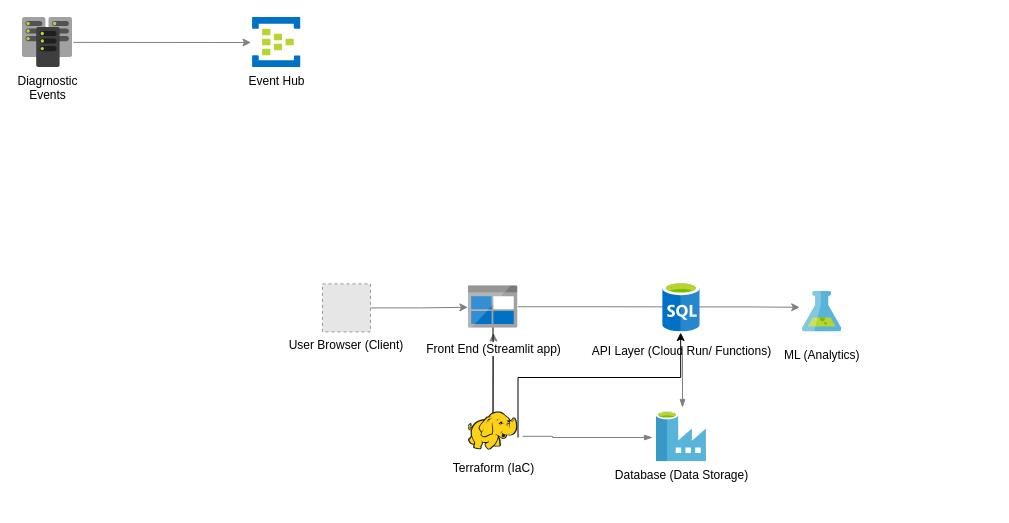
Earlier version of the draw.io diagram Diagram bez tytułu.drawio (michal1701/CloudComputing). Source tidied: cells renumbered, new cells numbered last; positions are measured from the earlier drawing's top-left corner, leaving out a move shared by most shapes. Both pictures are drawn from the tidied source at 100%, with x=0, y=0 at pixel (22, 17). Pictures stored in the file or linked from it are replaced by grey dashed boxes.
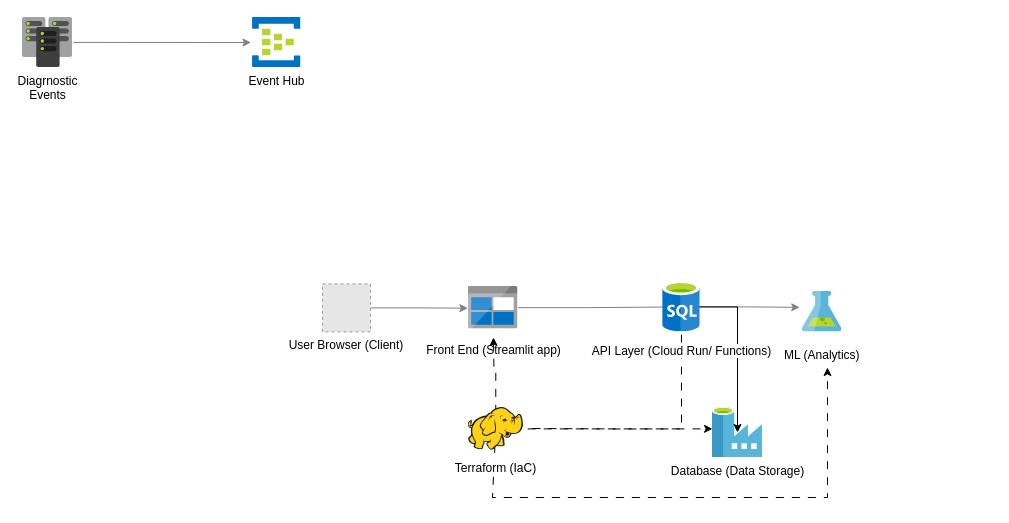
Above is the later version.

Unchanged cells that the change refers to:
```xml
<mxCell id="15" value="API Layer (Cloud Run/ Functions)" style="html=1;perimeter=none;align=center;shadow=0;dashed=0;image;fontSize=12;image=img/lib/mscae/SQL_Database_generic.svg;labelBackgroundColor=#ffffff;fillColor=#4D9900;spacingTop=6;" parent="1" vertex="1">
  <mxGeometry x="640.2" y="264.4" width="37.5" height="50" as="geometry" />
</mxCell>
```

Diff of the diagram source:
```diff
@@
-    <mxCell id="5" style="edgeStyle=elbowEdgeStyle;rounded=0;jettySize=auto;html=1;strokeColor=#808080;" parent="1" edge="1" source="13">
-      <mxGeometry relative="1" as="geometry">
-        <mxPoint x="470.5" y="315.5" as="targetPoint" />
-      </mxGeometry>
-    </mxCell>
-    <mxCell id="6" style="edgeStyle=elbowEdgeStyle;rounded=0;orthogonalLoop=1;jettySize=auto;html=1;strokeColor=#808080;endArrow=none;startFill=1;startArrow=blockThin;" parent="1" edge="1">
-      <mxGeometry relative="1" as="geometry">
-        <mxPoint x="630" y="420" as="sourcePoint" />
-        <mxPoint x="500" y="418.8" as="targetPoint" />
-        <Array as="points">
-          <mxPoint x="530" y="419.8" />
-        </Array>
-      </mxGeometry>
-    </mxCell>
@@
-    <mxCell id="11" style="edgeStyle=orthogonalEdgeStyle;rounded=0;jettySize=auto;html=1;" parent="1" edge="1" source="12" target="13">
-      <mxGeometry relative="1" as="geometry" />
-    </mxCell>
     <mxCell id="12" value="Front End (Streamlit app)" style="html=1;perimeter=none;align=center;shadow=0;dashed=0;image;fontSize=12;image=img/lib/mscae/BlobBlock.svg;labelBackgroundColor=#ffffff;fillColor=#4D9900;spacingTop=7;" parent="1" vertex="1">
-      <mxGeometry x="445.5" y="268.2" width="50" height="42.5" as="geometry" />
+      <mxGeometry x="445.5" y="269.1" width="50" height="42.5" as="geometry" />
     </mxCell>
+    <mxCell id="20" style="edgeStyle=orthogonalEdgeStyle;rounded=0;jettySize=auto;html=1;dashed=1;dashPattern=8 8;" parent="1" edge="1" source="13">
+      <mxGeometry relative="1" as="geometry">
+        <mxPoint x="471" y="320" as="targetPoint" />
+      </mxGeometry>
+    </mxCell>
+    <mxCell id="21" style="edgeStyle=orthogonalEdgeStyle;rounded=0;jettySize=auto;html=1;dashed=1;dashPattern=8 8;" parent="1" edge="1" source="13" target="17">
+      <mxGeometry relative="1" as="geometry">
+        <Array as="points">
+          <mxPoint x="470" y="480" />
+          <mxPoint x="805" y="480" />
+        </Array>
+      </mxGeometry>
+    </mxCell>
+    <mxCell id="22" style="edgeStyle=orthogonalEdgeStyle;rounded=0;jettySize=auto;html=1;dashed=1;dashPattern=8 8;" parent="1" edge="1" source="13" target="15">
+      <mxGeometry relative="1" as="geometry" />
+    </mxCell>
     <mxCell id="13" value="Terraform (IaC)" style="html=1;perimeter=none;align=center;shadow=0;dashed=0;image;fontSize=12;image=img/lib/mscae/HDInsight.svg;labelBackgroundColor=#ffffff;fillColor=#4D9900;spacingTop=4;" parent="1" vertex="1">
-      <mxGeometry x="445.5" y="394.3" width="50" height="38.5" as="geometry" />
+      <mxGeometry x="445.5" y="390" width="55.5" height="42.8" as="geometry" />
     </mxCell>
     <mxCell id="14" value="Database (Data Storage)" style="html=1;perimeter=none;align=center;shadow=0;dashed=0;image;fontSize=12;image=img/lib/mscae/Data_Factory.svg;labelBackgroundColor=#ffffff;fillColor=#4D9900;" parent="1" vertex="1">
-      <mxGeometry x="634" y="394.2" width="50" height="50" as="geometry" />
+      <mxGeometry x="690" y="390" width="50" height="50" as="geometry" />
     </mxCell>
+    <mxCell id="23" style="edgeStyle=orthogonalEdgeStyle;rounded=0;jettySize=auto;html=1;" parent="1" edge="1" source="15" target="14">
+      <mxGeometry relative="1" as="geometry" />
+    </mxCell>
@@
     <mxCell id="17" value="&lt;span style=&quot;caret-color: rgb(0, 0, 0); color: rgb(0, 0, 0); font-family: Helvetica; font-size: 12px; font-style: normal; font-variant-caps: normal; font-weight: 400; letter-spacing: normal; text-align: center; text-indent: 0px; text-transform: none; white-space: nowrap; word-spacing: 0px; -webkit-text-stroke-width: 0px; background-color: rgb(255, 255, 255); text-decoration: none; float: none; display: inline !important;&quot;&gt;ML (Analytics)&lt;/span&gt;" style="text;whiteSpace=wrap;html=1;" parent="1" vertex="1">
-      <mxGeometry x="760" y="324" width="210" height="40" as="geometry" />
+      <mxGeometry x="760" y="324" width="90" height="26" as="geometry" />
     </mxCell>
-    <mxCell id="18" style="edgeStyle=orthogonalEdgeStyle;rounded=0;jettySize=auto;html=1;entryX=0.479;entryY=1.013;entryDx=0;entryDy=0;entryPerimeter=0;" parent="1" edge="1" target="15">
-      <mxGeometry relative="1" as="geometry">
-        <mxPoint x="495.5" y="420" as="sourcePoint" />
-        <Array as="points">
-          <mxPoint x="496" y="360" />
-          <mxPoint x="658" y="360" />
-        </Array>
-      </mxGeometry>
-    </mxCell>
-    <mxCell id="19" style="edgeStyle=elbowEdgeStyle;rounded=0;orthogonalLoop=1;jettySize=auto;html=1;strokeColor=#808080;endArrow=none;startFill=1;startArrow=blockThin;" parent="1" edge="1">
-      <mxGeometry relative="1" as="geometry">
-        <mxPoint x="660" y="390" as="sourcePoint" />
-        <mxPoint x="660" y="330" as="targetPoint" />
-      </mxGeometry>
-    </mxCell>
+    <mxCell id="24" style="edgeStyle=orthogonalEdgeStyle;rounded=0;jettySize=auto;html=1;entryX=0;entryY=0.427;entryDx=0;entryDy=0;entryPerimeter=0;dashed=1;dashPattern=8 8;" parent="1" edge="1" target="14">
+      <mxGeometry relative="1" as="geometry">
+        <mxPoint x="510" y="411" as="sourcePoint" />
+      </mxGeometry>
+    </mxCell>
```
